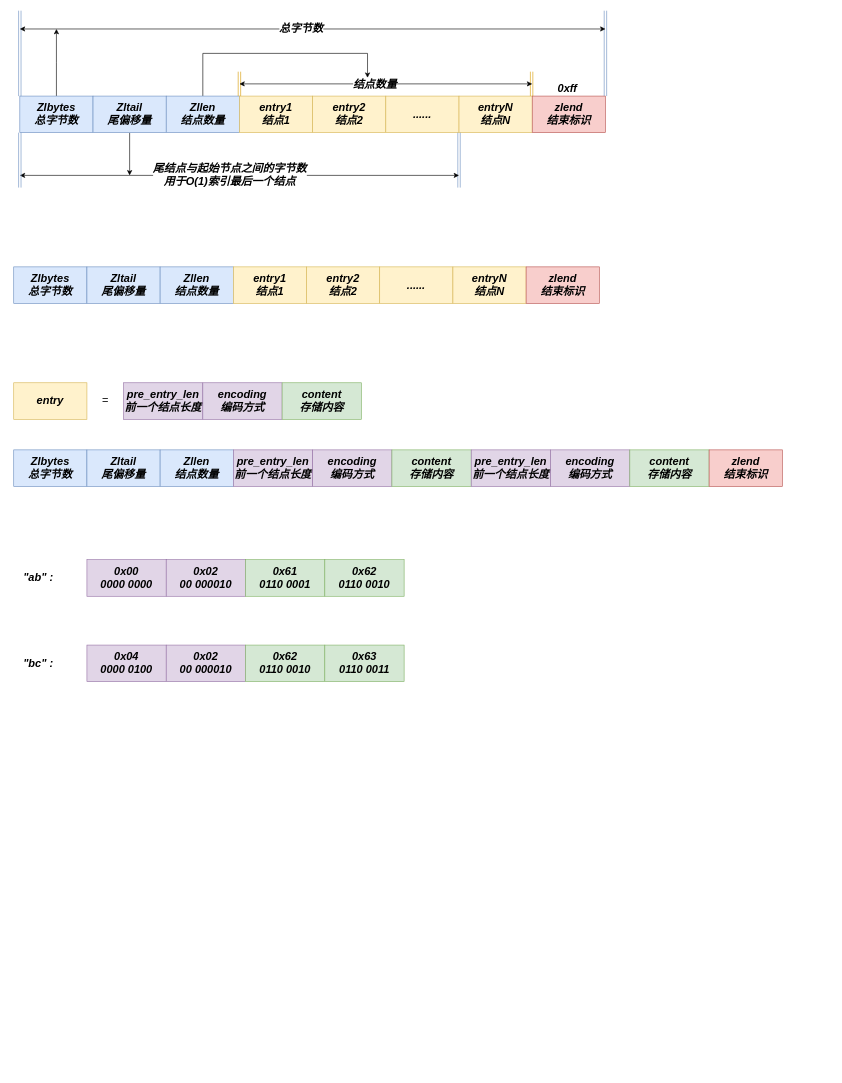
Earlier version of the draw.io diagram redis.drawio (Bukayoooo/Draws). Source tidied: cells renumbered, new cells numbered last; positions are measured from the earlier drawing's top-left corner, leaving out a move shared by most shapes. Both pictures are drawn from the tidied source at 61%, with x=0, y=0 at pixel (13, 10).
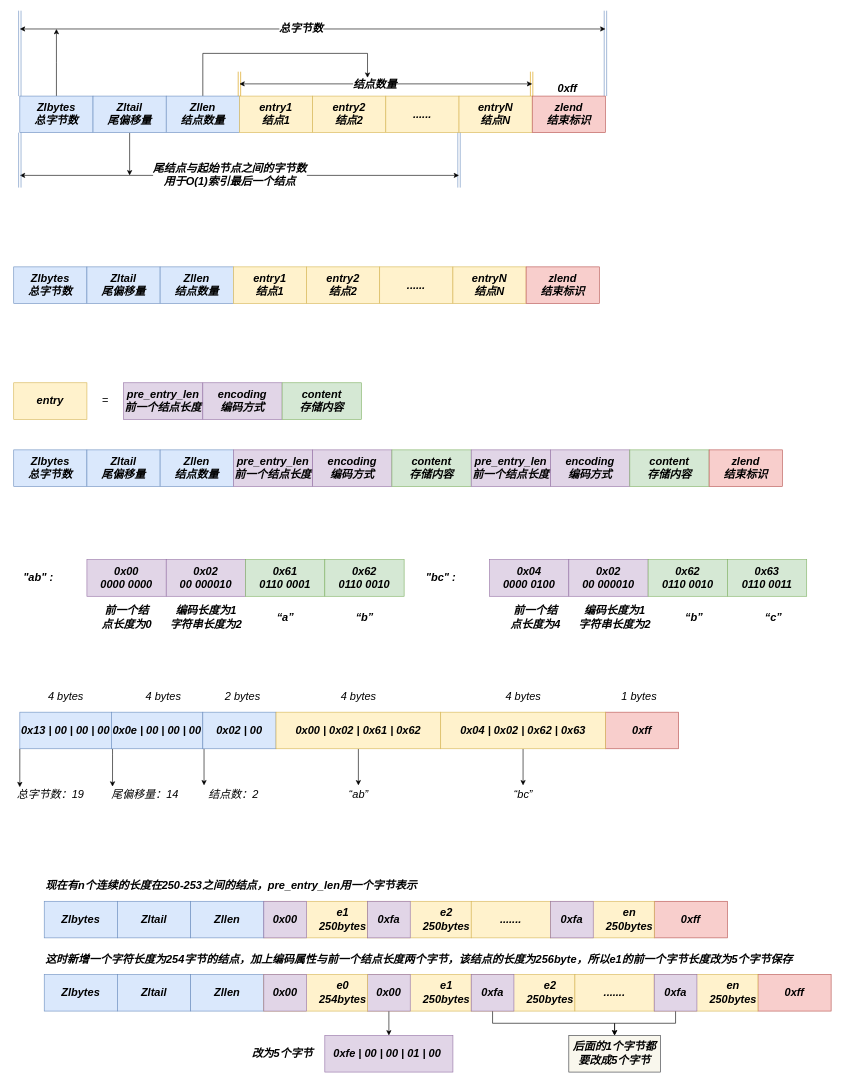
Above is the later version.

What changed in the source:
```diff
@@
     <mxCell id="53" value="&lt;b&gt;&lt;i&gt;0x04&lt;br&gt;0000 0100&lt;br&gt;&lt;/i&gt;&lt;/b&gt;" style="rounded=0;whiteSpace=wrap;html=1;fontSize=18;fillColor=#e1d5e7;strokeColor=#9673a6;" parent="1" vertex="1">
-      <mxGeometry x="120" y="1040" width="130" height="60" as="geometry" />
+      <mxGeometry x="780" y="900" width="130" height="60" as="geometry" />
     </mxCell>
     <mxCell id="54" value="&lt;b&gt;&lt;i&gt;0x02&lt;br&gt;00 000010&lt;br&gt;&lt;/i&gt;&lt;/b&gt;" style="rounded=0;whiteSpace=wrap;html=1;fontSize=18;fillColor=#e1d5e7;strokeColor=#9673a6;" parent="1" vertex="1">
-      <mxGeometry x="250" y="1040" width="130" height="60" as="geometry" />
+      <mxGeometry x="910" y="900" width="130" height="60" as="geometry" />
     </mxCell>
     <mxCell id="55" value="&lt;b&gt;&lt;i&gt;0x62&lt;br&gt;0110 0010&lt;br&gt;&lt;/i&gt;&lt;/b&gt;" style="rounded=0;whiteSpace=wrap;html=1;fontSize=18;fillColor=#d5e8d4;strokeColor=#82b366;" parent="1" vertex="1">
-      <mxGeometry x="380" y="1040" width="130" height="60" as="geometry" />
+      <mxGeometry x="1040" y="900" width="130" height="60" as="geometry" />
     </mxCell>
     <mxCell id="56" value="&lt;b&gt;&lt;i&gt;0x63&lt;br&gt;0110 0011&lt;br&gt;&lt;/i&gt;&lt;/b&gt;" style="rounded=0;whiteSpace=wrap;html=1;fontSize=18;fillColor=#d5e8d4;strokeColor=#82b366;" parent="1" vertex="1">
-      <mxGeometry x="510" y="1040" width="130" height="60" as="geometry" />
+      <mxGeometry x="1170" y="900" width="130" height="60" as="geometry" />
     </mxCell>
@@
     <mxCell id="58" value="&lt;b&gt;&lt;i&gt;&quot;bc&quot; :&lt;/i&gt;&lt;/b&gt;" style="text;html=1;align=center;verticalAlign=middle;strokeColor=none;fillColor=none;fontSize=18;" parent="1" vertex="1">
-      <mxGeometry x="10" y="1055" width="60" height="30" as="geometry" />
+      <mxGeometry x="670" y="915" width="60" height="30" as="geometry" />
     </mxCell>
+    <mxCell id="59" style="edgeStyle=orthogonalEdgeStyle;rounded=0;jettySize=auto;html=1;entryX=0.115;entryY=0.1;entryDx=0;entryDy=0;entryPerimeter=0;fontSize=18;" parent="1" edge="1" source="60" target="84">
+      <mxGeometry relative="1" as="geometry">
+        <Array as="points">
+          <mxPoint x="40" y="1200" />
+          <mxPoint x="40" y="1200" />
+        </Array>
+      </mxGeometry>
+    </mxCell>
+    <mxCell id="60" value="&lt;b&gt;&lt;i&gt;&lt;font style=&quot;font-size: 18px;&quot;&gt;0x13 | 00 | 00 | 00&lt;br&gt;&lt;/font&gt;&lt;/i&gt;&lt;/b&gt;" style="rounded=0;whiteSpace=wrap;html=1;fillColor=#dae8fc;strokeColor=#6c8ebf;" parent="1" vertex="1">
+      <mxGeometry x="10" y="1150" width="150" height="60" as="geometry" />
+    </mxCell>
+    <mxCell id="61" style="edgeStyle=orthogonalEdgeStyle;rounded=0;jettySize=auto;html=1;entryX=0.092;entryY=0.067;entryDx=0;entryDy=0;entryPerimeter=0;fontSize=18;" parent="1" edge="1" source="62" target="85">
+      <mxGeometry relative="1" as="geometry">
+        <Array as="points">
+          <mxPoint x="162" y="1220" />
+          <mxPoint x="162" y="1220" />
+        </Array>
+      </mxGeometry>
+    </mxCell>
+    <mxCell id="62" value="&lt;b&gt;&lt;i&gt;&lt;font style=&quot;font-size: 18px;&quot;&gt;0x0e | 00 | 00 | 00&lt;br&gt;&lt;/font&gt;&lt;/i&gt;&lt;/b&gt;" style="rounded=0;whiteSpace=wrap;html=1;fillColor=#dae8fc;strokeColor=#6c8ebf;" parent="1" vertex="1">
+      <mxGeometry x="160" y="1150" width="150" height="60" as="geometry" />
+    </mxCell>
+    <mxCell id="63" style="edgeStyle=orthogonalEdgeStyle;rounded=0;jettySize=auto;html=1;entryX=0.02;entryY=0;entryDx=0;entryDy=0;entryPerimeter=0;fontSize=18;" parent="1" edge="1" source="64" target="86">
+      <mxGeometry relative="1" as="geometry">
+        <Array as="points">
+          <mxPoint x="312" y="1230" />
+          <mxPoint x="312" y="1230" />
+        </Array>
+      </mxGeometry>
+    </mxCell>
+    <mxCell id="64" value="&lt;b&gt;&lt;i&gt;&lt;font style=&quot;font-size: 18px;&quot;&gt;0x02 | 00&lt;br&gt;&lt;/font&gt;&lt;/i&gt;&lt;/b&gt;" style="rounded=0;whiteSpace=wrap;html=1;fillColor=#dae8fc;strokeColor=#6c8ebf;" parent="1" vertex="1">
+      <mxGeometry x="310" y="1150" width="120" height="60" as="geometry" />
+    </mxCell>
+    <mxCell id="65" value="&lt;b&gt;&lt;i&gt;0xff&lt;br&gt;&lt;/i&gt;&lt;/b&gt;" style="rounded=0;whiteSpace=wrap;html=1;fontSize=18;fillColor=#f8cecc;strokeColor=#b85450;" parent="1" vertex="1">
+      <mxGeometry x="970" y="1150" width="120" height="60" as="geometry" />
+    </mxCell>
+    <mxCell id="66" value="&lt;i&gt;&lt;b&gt;前一个结&lt;br&gt;点长度为0&lt;/b&gt;&lt;/i&gt;" style="text;html=1;align=center;verticalAlign=middle;strokeColor=none;fillColor=none;fontSize=18;" parent="1" vertex="1">
+      <mxGeometry x="135" y="970" width="100" height="50" as="geometry" />
+    </mxCell>
+    <mxCell id="67" value="&lt;i&gt;&lt;b&gt;编码长度为1&lt;br&gt;字符串长度为2&lt;/b&gt;&lt;/i&gt;" style="text;html=1;align=center;verticalAlign=middle;strokeColor=none;fillColor=none;fontSize=18;" parent="1" vertex="1">
+      <mxGeometry x="250" y="970" width="130" height="50" as="geometry" />
+    </mxCell>
+    <mxCell id="68" value="&lt;b&gt;&lt;i&gt;“a”&lt;/i&gt;&lt;/b&gt;" style="text;html=1;align=center;verticalAlign=middle;strokeColor=none;fillColor=none;fontSize=18;" parent="1" vertex="1">
+      <mxGeometry x="425" y="980" width="40" height="30" as="geometry" />
+    </mxCell>
+    <mxCell id="69" value="&lt;b&gt;&lt;i&gt;“b”&lt;/i&gt;&lt;/b&gt;" style="text;html=1;align=center;verticalAlign=middle;strokeColor=none;fillColor=none;fontSize=18;" parent="1" vertex="1">
+      <mxGeometry x="555" y="980" width="40" height="30" as="geometry" />
+    </mxCell>
+    <mxCell id="70" value="&lt;i&gt;&lt;b&gt;前一个结&lt;br&gt;点长度为4&lt;/b&gt;&lt;/i&gt;" style="text;html=1;align=center;verticalAlign=middle;strokeColor=none;fillColor=none;fontSize=18;" parent="1" vertex="1">
+      <mxGeometry x="805" y="970" width="100" height="50" as="geometry" />
+    </mxCell>
+    <mxCell id="71" value="&lt;i&gt;&lt;b&gt;编码长度为1&lt;br&gt;字符串长度为2&lt;/b&gt;&lt;/i&gt;" style="text;html=1;align=center;verticalAlign=middle;strokeColor=none;fillColor=none;fontSize=18;" parent="1" vertex="1">
+      <mxGeometry x="920" y="970" width="130" height="50" as="geometry" />
+    </mxCell>
+    <mxCell id="72" value="&lt;b&gt;&lt;i&gt;“b”&lt;/i&gt;&lt;/b&gt;" style="text;html=1;align=center;verticalAlign=middle;strokeColor=none;fillColor=none;fontSize=18;" parent="1" vertex="1">
+      <mxGeometry x="1095" y="980" width="40" height="30" as="geometry" />
+    </mxCell>
+    <mxCell id="73" value="&lt;b&gt;&lt;i&gt;“c”&lt;/i&gt;&lt;/b&gt;" style="text;html=1;align=center;verticalAlign=middle;strokeColor=none;fillColor=none;fontSize=18;" parent="1" vertex="1">
+      <mxGeometry x="1225" y="980" width="40" height="30" as="geometry" />
+    </mxCell>
+    <mxCell id="74" value="&lt;i style=&quot;&quot;&gt;4 bytes&lt;/i&gt;" style="text;html=1;align=center;verticalAlign=middle;strokeColor=none;fillColor=none;fontSize=18;" parent="1" vertex="1">
+      <mxGeometry x="50" y="1110" width="70" height="30" as="geometry" />
+    </mxCell>
+    <mxCell id="75" value="&lt;i style=&quot;&quot;&gt;4 bytes&lt;/i&gt;" style="text;html=1;align=center;verticalAlign=middle;strokeColor=none;fillColor=none;fontSize=18;" parent="1" vertex="1">
+      <mxGeometry x="210" y="1110" width="70" height="30" as="geometry" />
+    </mxCell>
+    <mxCell id="76" value="&lt;i style=&quot;&quot;&gt;2 bytes&lt;/i&gt;" style="text;html=1;align=center;verticalAlign=middle;strokeColor=none;fillColor=none;fontSize=18;" parent="1" vertex="1">
+      <mxGeometry x="340" y="1110" width="70" height="30" as="geometry" />
+    </mxCell>
+    <mxCell id="77" value="&lt;i style=&quot;&quot;&gt;1 bytes&lt;/i&gt;" style="text;html=1;align=center;verticalAlign=middle;strokeColor=none;fillColor=none;fontSize=18;" parent="1" vertex="1">
+      <mxGeometry x="990" y="1110" width="70" height="30" as="geometry" />
+    </mxCell>
+    <mxCell id="78" style="edgeStyle=orthogonalEdgeStyle;rounded=0;jettySize=auto;html=1;fontSize=18;" parent="1" edge="1" source="79" target="87">
+      <mxGeometry relative="1" as="geometry" />
+    </mxCell>
+    <mxCell id="79" value="&lt;b&gt;&lt;i&gt;0x00 | 0x02 | 0x61 | 0x62&lt;br&gt;&lt;/i&gt;&lt;/b&gt;" style="rounded=0;whiteSpace=wrap;html=1;fontSize=18;fillColor=#fff2cc;strokeColor=#d6b656;" parent="1" vertex="1">
+      <mxGeometry x="430" y="1150" width="270" height="60" as="geometry" />
+    </mxCell>
+    <mxCell id="80" style="edgeStyle=orthogonalEdgeStyle;rounded=0;jettySize=auto;html=1;fontSize=18;" parent="1" edge="1" source="81" target="88">
+      <mxGeometry relative="1" as="geometry" />
+    </mxCell>
+    <mxCell id="81" value="&lt;b&gt;&lt;i&gt;0x04 | 0x02 | 0x62 | 0x63&lt;br&gt;&lt;/i&gt;&lt;/b&gt;" style="rounded=0;whiteSpace=wrap;html=1;fontSize=18;fillColor=#fff2cc;strokeColor=#d6b656;" parent="1" vertex="1">
+      <mxGeometry x="700" y="1150" width="270" height="60" as="geometry" />
+    </mxCell>
+    <mxCell id="82" value="&lt;i style=&quot;&quot;&gt;4 bytes&lt;/i&gt;" style="text;html=1;align=center;verticalAlign=middle;strokeColor=none;fillColor=none;fontSize=18;" parent="1" vertex="1">
+      <mxGeometry x="530" y="1110" width="70" height="30" as="geometry" />
+    </mxCell>
+    <mxCell id="83" value="&lt;i style=&quot;&quot;&gt;4 bytes&lt;/i&gt;" style="text;html=1;align=center;verticalAlign=middle;strokeColor=none;fillColor=none;fontSize=18;" parent="1" vertex="1">
+      <mxGeometry x="800" y="1110" width="70" height="30" as="geometry" />
+    </mxCell>
+    <mxCell id="84" value="&lt;i&gt;总字节数：19&lt;/i&gt;" style="text;html=1;align=center;verticalAlign=middle;points=[];strokeColor=none;fillColor=none;fontSize=18;" parent="1" vertex="1">
+      <mxGeometry x="-5" y="1270" width="130" height="30" as="geometry" />
+    </mxCell>
+    <mxCell id="85" value="&lt;i&gt;尾偏移量：14&lt;/i&gt;" style="text;html=1;align=center;verticalAlign=middle;points=[];strokeColor=none;fillColor=none;fontSize=18;" parent="1" vertex="1">
+      <mxGeometry x="150" y="1270" width="130" height="30" as="geometry" />
+    </mxCell>
+    <mxCell id="86" value="&lt;i&gt;结点数：2&lt;/i&gt;" style="text;html=1;align=center;verticalAlign=middle;points=[];strokeColor=none;fillColor=none;fontSize=18;" parent="1" vertex="1">
+      <mxGeometry x="310" y="1270" width="100" height="30" as="geometry" />
+    </mxCell>
+    <mxCell id="87" value="&lt;i&gt;“ab”&lt;/i&gt;" style="text;html=1;align=center;verticalAlign=middle;points=[];strokeColor=none;fillColor=none;fontSize=18;" parent="1" vertex="1">
+      <mxGeometry x="540" y="1270" width="50" height="30" as="geometry" />
+    </mxCell>
+    <mxCell id="88" value="&lt;i&gt;“bc”&lt;/i&gt;" style="text;html=1;align=center;verticalAlign=middle;points=[];strokeColor=none;fillColor=none;fontSize=18;" parent="1" vertex="1">
+      <mxGeometry x="810" y="1270" width="50" height="30" as="geometry" />
+    </mxCell>
+    <mxCell id="89" value="&lt;b&gt;&lt;i&gt;0xff&lt;br&gt;&lt;/i&gt;&lt;/b&gt;" style="rounded=0;whiteSpace=wrap;html=1;fontSize=18;fillColor=#f8cecc;strokeColor=#b85450;" parent="1" vertex="1">
+      <mxGeometry x="1050" y="1460" width="120" height="60" as="geometry" />
+    </mxCell>
+    <mxCell id="90" value="&lt;div style=&quot;text-align: center;&quot;&gt;&lt;b style=&quot;background-color: initial;&quot;&gt;&lt;i&gt;e1&lt;/i&gt;&lt;/b&gt;&lt;/div&gt;&lt;b&gt;&lt;div style=&quot;&quot;&gt;&lt;b style=&quot;background-color: initial;&quot;&gt;&lt;i&gt;250bytes&lt;/i&gt;&lt;/b&gt;&lt;/div&gt;&lt;/b&gt;" style="rounded=0;whiteSpace=wrap;html=1;fontSize=18;fillColor=#fff2cc;strokeColor=#d6b656;align=right;" parent="1" vertex="1">
+      <mxGeometry x="410" y="1460" width="170" height="60" as="geometry" />
+    </mxCell>
+    <mxCell id="91" value="&lt;b&gt;&lt;i&gt;&lt;font style=&quot;font-size: 18px;&quot;&gt;Zlbytes&lt;br&gt;&lt;/font&gt;&lt;/i&gt;&lt;/b&gt;" style="rounded=0;whiteSpace=wrap;html=1;fillColor=#dae8fc;strokeColor=#6c8ebf;" parent="1" vertex="1">
+      <mxGeometry x="50" y="1460" width="120" height="60" as="geometry" />
+    </mxCell>
+    <mxCell id="92" value="&lt;b&gt;&lt;i&gt;&lt;font style=&quot;font-size: 18px;&quot;&gt;Zltail&lt;br&gt;&lt;/font&gt;&lt;/i&gt;&lt;/b&gt;" style="rounded=0;whiteSpace=wrap;html=1;fillColor=#dae8fc;strokeColor=#6c8ebf;" parent="1" vertex="1">
+      <mxGeometry x="170" y="1460" width="120" height="60" as="geometry" />
+    </mxCell>
+    <mxCell id="93" value="&lt;b&gt;&lt;i&gt;&lt;font style=&quot;font-size: 18px;&quot;&gt;Zllen&lt;br&gt;&lt;/font&gt;&lt;/i&gt;&lt;/b&gt;" style="rounded=0;whiteSpace=wrap;html=1;fillColor=#dae8fc;strokeColor=#6c8ebf;" parent="1" vertex="1">
+      <mxGeometry x="290" y="1460" width="120" height="60" as="geometry" />
+    </mxCell>
+    <mxCell id="94" value="&lt;b&gt;&lt;i&gt;0x00&lt;br&gt;&lt;/i&gt;&lt;/b&gt;" style="rounded=0;whiteSpace=wrap;html=1;fontSize=18;fillColor=#e1d5e7;strokeColor=#9673a6;" parent="1" vertex="1">
+      <mxGeometry x="410" y="1460" width="70" height="60" as="geometry" />
+    </mxCell>
+    <mxCell id="95" value="&lt;div style=&quot;text-align: center;&quot;&gt;&lt;b style=&quot;background-color: initial;&quot;&gt;&lt;i&gt;e2&lt;/i&gt;&lt;/b&gt;&lt;/div&gt;&lt;b&gt;&lt;div style=&quot;&quot;&gt;&lt;b style=&quot;background-color: initial;&quot;&gt;&lt;i&gt;250bytes&lt;/i&gt;&lt;/b&gt;&lt;/div&gt;&lt;/b&gt;" style="rounded=0;whiteSpace=wrap;html=1;fontSize=18;fillColor=#fff2cc;strokeColor=#d6b656;align=right;" parent="1" vertex="1">
+      <mxGeometry x="580" y="1460" width="170" height="60" as="geometry" />
+    </mxCell>
+    <mxCell id="96" value="&lt;b&gt;&lt;i&gt;0xfa&lt;br&gt;&lt;/i&gt;&lt;/b&gt;" style="rounded=0;whiteSpace=wrap;html=1;fontSize=18;fillColor=#e1d5e7;strokeColor=#9673a6;" parent="1" vertex="1">
+      <mxGeometry x="580" y="1460" width="70" height="60" as="geometry" />
+    </mxCell>
+    <mxCell id="97" value="&lt;div style=&quot;&quot;&gt;&lt;b&gt;&lt;i&gt;.......&lt;/i&gt;&lt;/b&gt;&lt;/div&gt;" style="rounded=0;whiteSpace=wrap;html=1;fontSize=18;fillColor=#fff2cc;strokeColor=#d6b656;align=center;" parent="1" vertex="1">
+      <mxGeometry x="750" y="1460" width="130" height="60" as="geometry" />
+    </mxCell>
+    <mxCell id="98" value="&lt;div style=&quot;text-align: center;&quot;&gt;&lt;b style=&quot;background-color: initial;&quot;&gt;&lt;i&gt;en&lt;/i&gt;&lt;/b&gt;&lt;/div&gt;&lt;b&gt;&lt;div style=&quot;&quot;&gt;&lt;b style=&quot;background-color: initial;&quot;&gt;&lt;i&gt;250bytes&lt;/i&gt;&lt;/b&gt;&lt;/div&gt;&lt;/b&gt;" style="rounded=0;whiteSpace=wrap;html=1;fontSize=18;fillColor=#fff2cc;strokeColor=#d6b656;align=right;" parent="1" vertex="1">
+      <mxGeometry x="880" y="1460" width="170" height="60" as="geometry" />
+    </mxCell>
+    <mxCell id="99" value="&lt;b&gt;&lt;i&gt;0xfa&lt;br&gt;&lt;/i&gt;&lt;/b&gt;" style="rounded=0;whiteSpace=wrap;html=1;fontSize=18;fillColor=#e1d5e7;strokeColor=#9673a6;" parent="1" vertex="1">
+      <mxGeometry x="880" y="1460" width="70" height="60" as="geometry" />
+    </mxCell>
+    <mxCell id="100" value="&lt;i&gt;&lt;b&gt;现在有n个连续的长度在250-253之间的结点，pre_entry_len用一个字节表示&lt;/b&gt;&lt;/i&gt;" style="text;html=1;align=left;verticalAlign=middle;strokeColor=none;fillColor=none;fontSize=18;" parent="1" vertex="1">
+      <mxGeometry x="50" y="1420" width="620" height="30" as="geometry" />
+    </mxCell>
+    <mxCell id="101" value="&lt;b&gt;&lt;i&gt;0xff&lt;br&gt;&lt;/i&gt;&lt;/b&gt;" style="rounded=0;whiteSpace=wrap;html=1;fontSize=18;fillColor=#f8cecc;strokeColor=#b85450;" parent="1" vertex="1">
+      <mxGeometry x="1220" y="1580" width="120" height="60" as="geometry" />
+    </mxCell>
+    <mxCell id="102" value="&lt;div style=&quot;text-align: center;&quot;&gt;&lt;b style=&quot;background-color: initial;&quot;&gt;&lt;i&gt;e1&lt;/i&gt;&lt;/b&gt;&lt;/div&gt;&lt;b&gt;&lt;div style=&quot;&quot;&gt;&lt;b style=&quot;background-color: initial;&quot;&gt;&lt;i&gt;250bytes&lt;/i&gt;&lt;/b&gt;&lt;/div&gt;&lt;/b&gt;" style="rounded=0;whiteSpace=wrap;html=1;fontSize=18;fillColor=#fff2cc;strokeColor=#d6b656;align=right;" parent="1" vertex="1">
+      <mxGeometry x="580" y="1580" width="170" height="60" as="geometry" />
+    </mxCell>
+    <mxCell id="103" value="&lt;b&gt;&lt;i&gt;&lt;font style=&quot;font-size: 18px;&quot;&gt;Zlbytes&lt;br&gt;&lt;/font&gt;&lt;/i&gt;&lt;/b&gt;" style="rounded=0;whiteSpace=wrap;html=1;fillColor=#dae8fc;strokeColor=#6c8ebf;" parent="1" vertex="1">
+      <mxGeometry x="50" y="1580" width="120" height="60" as="geometry" />
+    </mxCell>
+    <mxCell id="104" value="&lt;b&gt;&lt;i&gt;&lt;font style=&quot;font-size: 18px;&quot;&gt;Zltail&lt;br&gt;&lt;/font&gt;&lt;/i&gt;&lt;/b&gt;" style="rounded=0;whiteSpace=wrap;html=1;fillColor=#dae8fc;strokeColor=#6c8ebf;" parent="1" vertex="1">
+      <mxGeometry x="170" y="1580" width="120" height="60" as="geometry" />
+    </mxCell>
+    <mxCell id="105" value="&lt;b&gt;&lt;i&gt;&lt;font style=&quot;font-size: 18px;&quot;&gt;Zllen&lt;br&gt;&lt;/font&gt;&lt;/i&gt;&lt;/b&gt;" style="rounded=0;whiteSpace=wrap;html=1;fillColor=#dae8fc;strokeColor=#6c8ebf;" parent="1" vertex="1">
+      <mxGeometry x="290" y="1580" width="120" height="60" as="geometry" />
+    </mxCell>
+    <mxCell id="106" style="edgeStyle=orthogonalEdgeStyle;rounded=0;jettySize=auto;html=1;fontSize=18;" parent="1" edge="1" source="107" target="118">
+      <mxGeometry relative="1" as="geometry" />
+    </mxCell>
+    <mxCell id="107" value="&lt;b&gt;&lt;i&gt;0x00&lt;br&gt;&lt;/i&gt;&lt;/b&gt;" style="rounded=0;whiteSpace=wrap;html=1;fontSize=18;fillColor=#e1d5e7;strokeColor=#9673a6;" parent="1" vertex="1">
+      <mxGeometry x="580" y="1580" width="70" height="60" as="geometry" />
+    </mxCell>
+    <mxCell id="108" value="&lt;div style=&quot;text-align: center;&quot;&gt;&lt;b style=&quot;background-color: initial;&quot;&gt;&lt;i&gt;e2&lt;/i&gt;&lt;/b&gt;&lt;/div&gt;&lt;b&gt;&lt;div style=&quot;&quot;&gt;&lt;b style=&quot;background-color: initial;&quot;&gt;&lt;i&gt;250bytes&lt;/i&gt;&lt;/b&gt;&lt;/div&gt;&lt;/b&gt;" style="rounded=0;whiteSpace=wrap;html=1;fontSize=18;fillColor=#fff2cc;strokeColor=#d6b656;align=right;" parent="1" vertex="1">
+      <mxGeometry x="750" y="1580" width="170" height="60" as="geometry" />
+    </mxCell>
+    <mxCell id="109" style="edgeStyle=orthogonalEdgeStyle;rounded=0;jettySize=auto;html=1;fontSize=18;" parent="1" edge="1" source="110" target="120">
+      <mxGeometry relative="1" as="geometry">
+        <Array as="points">
+          <mxPoint x="785" y="1660" />
+          <mxPoint x="985" y="1660" />
+        </Array>
+      </mxGeometry>
+    </mxCell>
+    <mxCell id="110" value="&lt;b&gt;&lt;i&gt;0xfa&lt;br&gt;&lt;/i&gt;&lt;/b&gt;" style="rounded=0;whiteSpace=wrap;html=1;fontSize=18;fillColor=#e1d5e7;strokeColor=#9673a6;" parent="1" vertex="1">
+      <mxGeometry x="750" y="1580" width="70" height="60" as="geometry" />
+    </mxCell>
+    <mxCell id="111" value="&lt;div style=&quot;&quot;&gt;&lt;b&gt;&lt;i&gt;.......&lt;/i&gt;&lt;/b&gt;&lt;/div&gt;" style="rounded=0;whiteSpace=wrap;html=1;fontSize=18;fillColor=#fff2cc;strokeColor=#d6b656;align=center;" parent="1" vertex="1">
+      <mxGeometry x="920" y="1580" width="130" height="60" as="geometry" />
+    </mxCell>
+    <mxCell id="112" value="&lt;div style=&quot;text-align: center;&quot;&gt;&lt;b style=&quot;background-color: initial;&quot;&gt;&lt;i&gt;en&lt;/i&gt;&lt;/b&gt;&lt;/div&gt;&lt;b&gt;&lt;div style=&quot;&quot;&gt;&lt;b style=&quot;background-color: initial;&quot;&gt;&lt;i&gt;250bytes&lt;/i&gt;&lt;/b&gt;&lt;/div&gt;&lt;/b&gt;" style="rounded=0;whiteSpace=wrap;html=1;fontSize=18;fillColor=#fff2cc;strokeColor=#d6b656;align=right;" parent="1" vertex="1">
+      <mxGeometry x="1050" y="1580" width="170" height="60" as="geometry" />
+    </mxCell>
+    <mxCell id="113" style="edgeStyle=orthogonalEdgeStyle;rounded=0;jettySize=auto;html=1;entryX=0.5;entryY=0;entryDx=0;entryDy=0;fontSize=18;" parent="1" edge="1" source="114" target="120">
+      <mxGeometry relative="1" as="geometry" />
+    </mxCell>
+    <mxCell id="114" value="&lt;b&gt;&lt;i&gt;0xfa&lt;br&gt;&lt;/i&gt;&lt;/b&gt;" style="rounded=0;whiteSpace=wrap;html=1;fontSize=18;fillColor=#e1d5e7;strokeColor=#9673a6;" parent="1" vertex="1">
+      <mxGeometry x="1050" y="1580" width="70" height="60" as="geometry" />
+    </mxCell>
+    <mxCell id="115" value="&lt;div style=&quot;text-align: center;&quot;&gt;&lt;b style=&quot;background-color: initial;&quot;&gt;&lt;i&gt;e0&lt;/i&gt;&lt;/b&gt;&lt;/div&gt;&lt;b&gt;&lt;div style=&quot;&quot;&gt;&lt;b style=&quot;background-color: initial;&quot;&gt;&lt;i&gt;254bytes&lt;/i&gt;&lt;/b&gt;&lt;/div&gt;&lt;/b&gt;" style="rounded=0;whiteSpace=wrap;html=1;fontSize=18;fillColor=#fff2cc;strokeColor=#d6b656;align=right;" parent="1" vertex="1">
+      <mxGeometry x="410" y="1580" width="170" height="60" as="geometry" />
+    </mxCell>
+    <mxCell id="116" value="&lt;b&gt;&lt;i&gt;0x00&lt;br&gt;&lt;/i&gt;&lt;/b&gt;" style="rounded=0;whiteSpace=wrap;html=1;fontSize=18;fillColor=#e1d5e7;strokeColor=#9673a6;" parent="1" vertex="1">
+      <mxGeometry x="410" y="1580" width="70" height="60" as="geometry" />
+    </mxCell>
+    <mxCell id="117" value="&lt;i&gt;&lt;b&gt;这时新增一个字符长度为254字节的结点，加上编码属性与前一个结点长度两个字节，该结点的长度为256byte，所以e1的前一个字节长度改为5个字节保存&lt;/b&gt;&lt;/i&gt;" style="text;html=1;align=left;verticalAlign=middle;strokeColor=none;fillColor=none;fontSize=18;" parent="1" vertex="1">
+      <mxGeometry x="50" y="1540" width="1240" height="30" as="geometry" />
+    </mxCell>
+    <mxCell id="118" value="&lt;b&gt;&lt;i&gt;0xfe | 00 | 00 | 01 | 00&amp;nbsp;&lt;br&gt;&lt;/i&gt;&lt;/b&gt;" style="rounded=0;whiteSpace=wrap;html=1;fontSize=18;fillColor=#e1d5e7;strokeColor=#9673a6;" parent="1" vertex="1">
+      <mxGeometry x="510" y="1680" width="210" height="60" as="geometry" />
+    </mxCell>
+    <mxCell id="119" value="&lt;b&gt;&lt;i&gt;改为5个字节&lt;/i&gt;&lt;/b&gt;" style="text;html=1;align=center;verticalAlign=middle;strokeColor=none;fillColor=none;fontSize=18;" parent="1" vertex="1">
+      <mxGeometry x="380" y="1695" width="120" height="30" as="geometry" />
+    </mxCell>
+    <mxCell id="120" value="&lt;b&gt;&lt;i&gt;后面的1个字节都要改成5个字节&lt;br&gt;&lt;/i&gt;&lt;/b&gt;" style="rounded=0;whiteSpace=wrap;html=1;fontSize=18;fillColor=#f9f7ed;strokeColor=#36393d;" parent="1" vertex="1">
+      <mxGeometry x="910" y="1680" width="150" height="60" as="geometry" />
+    </mxCell>
```
